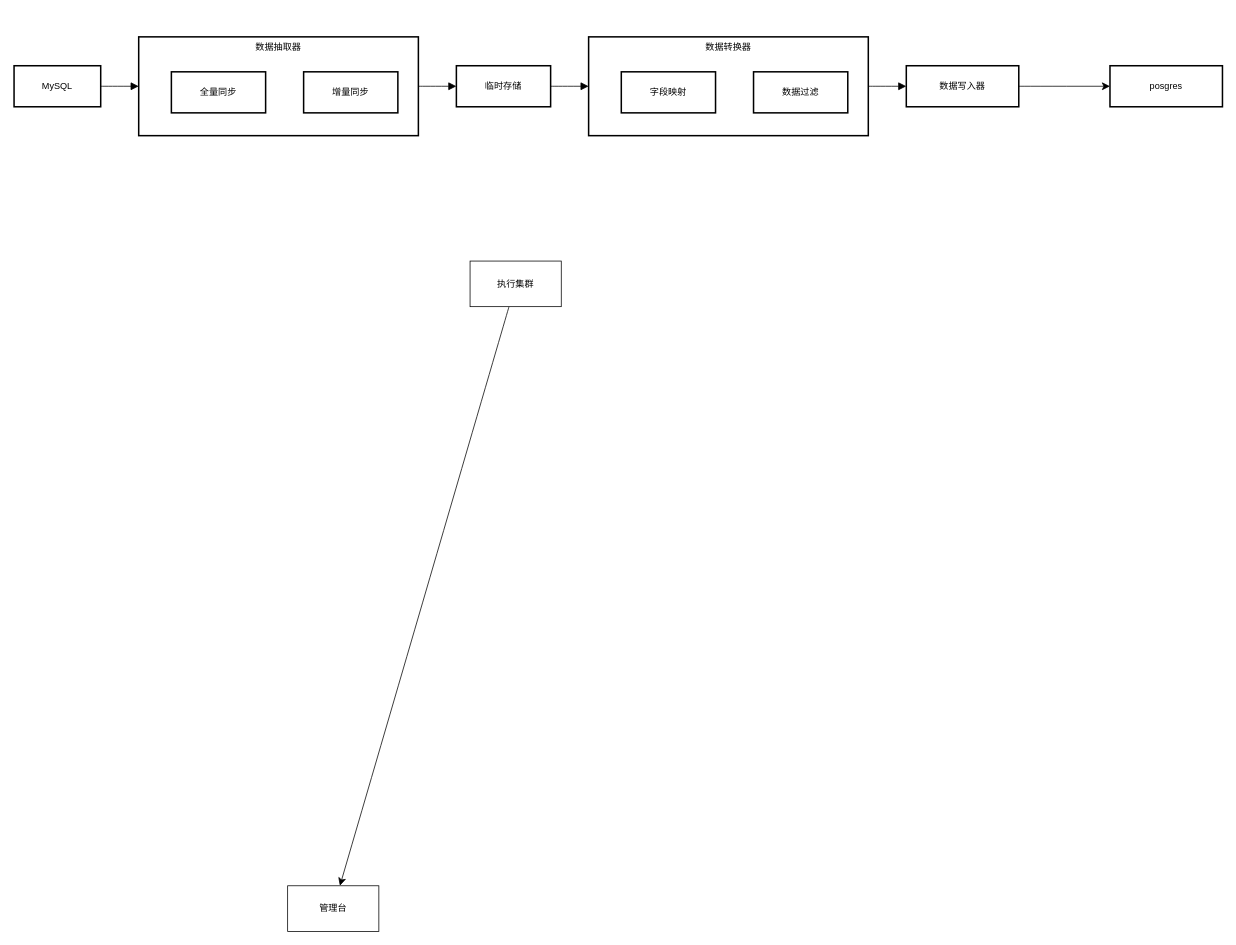
This is 数据同步平台.drawio from zhengjiezxxy/zhengjie.github.io, a draw.io file, before an edit. Source tidied: cells renumbered, new cells numbered last; positions are measured from the earlier drawing's top-left corner, leaving out a move shared by most shapes. Both pictures are drawn from the tidied source at 76%, with x=0, y=0 at pixel (14, 36).
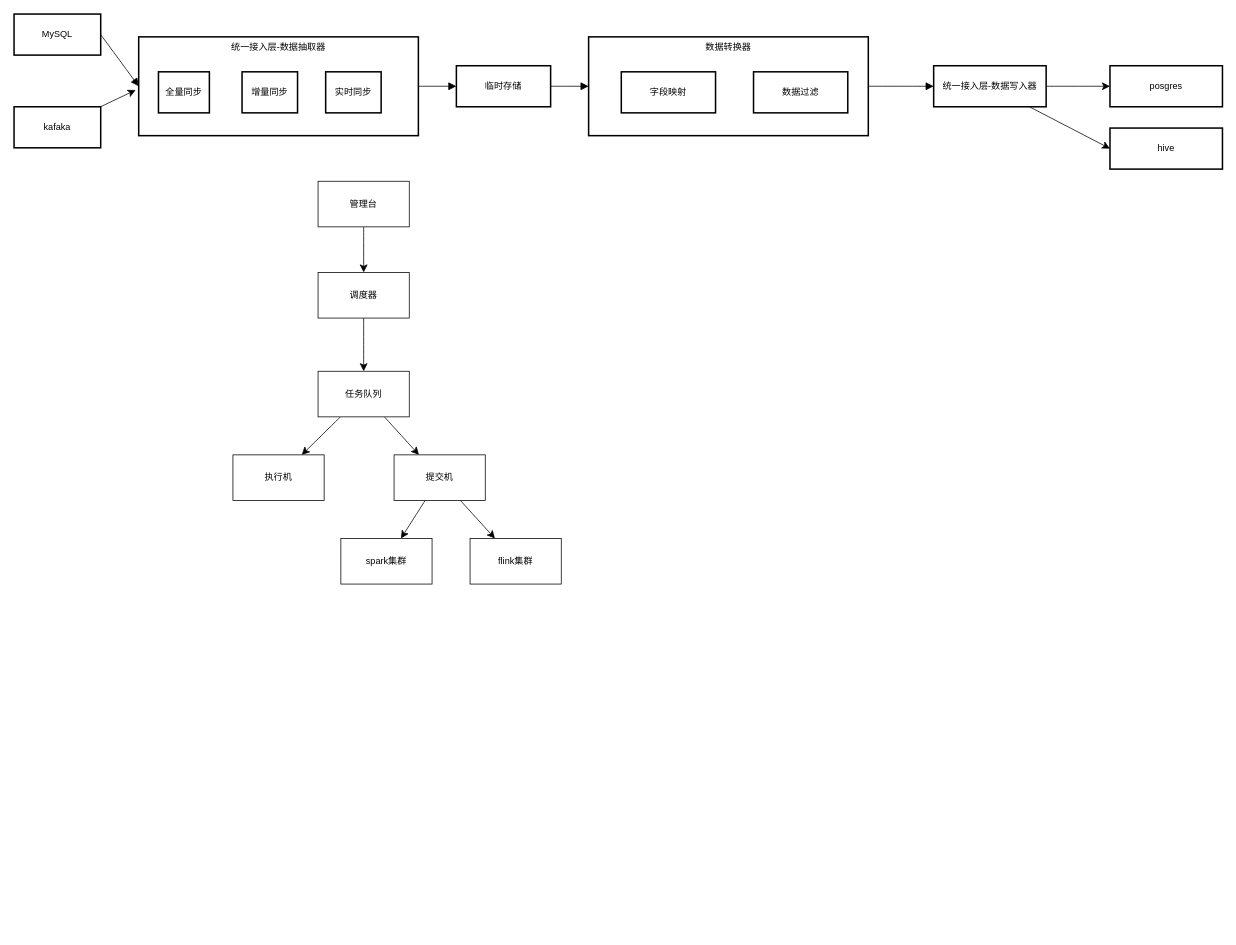
The same diagram, later.

Commit message:
更新数据同步平台.drawio

What changed in the source:
```diff
@@
-    <mxCell id="5" value="数据抽取器" style="whiteSpace=wrap;strokeWidth=2;verticalAlign=top;" parent="1" vertex="1">
+    <mxCell id="5" value="统一接入层-数据抽取器" style="whiteSpace=wrap;strokeWidth=2;verticalAlign=top;" parent="1" vertex="1">
       <mxGeometry x="164" width="368" height="130" as="geometry" />
     </mxCell>
     <mxCell id="6" value="全量同步" style="whiteSpace=wrap;strokeWidth=2;" parent="5" vertex="1">
-      <mxGeometry x="43" y="46" width="124" height="54" as="geometry" />
+      <mxGeometry x="26" y="46" width="67" height="54" as="geometry" />
     </mxCell>
     <mxCell id="7" value="增量同步" style="whiteSpace=wrap;strokeWidth=2;" parent="5" vertex="1">
-      <mxGeometry x="217" y="46" width="124" height="54" as="geometry" />
+      <mxGeometry x="136" y="46" width="73" height="54" as="geometry" />
     </mxCell>
+    <mxCell id="20" value="实时同步" style="whiteSpace=wrap;strokeWidth=2;" parent="5" vertex="1">
+      <mxGeometry x="246" y="46" width="73" height="54" as="geometry" />
+    </mxCell>
     <mxCell id="8" value="MySQL" style="whiteSpace=wrap;strokeWidth=2;" parent="1" vertex="1">
-      <mxGeometry y="38" width="114" height="54" as="geometry" />
+      <mxGeometry y="-30" width="114" height="54" as="geometry" />
     </mxCell>
@@
+    <mxCell id="21" style="edgeStyle=none;curved=1;rounded=0;jettySize=auto;html=1;entryX=0;entryY=0.5;entryDx=0;entryDy=0;fontSize=12;startSize=8;endSize=8;" parent="1" edge="1" source="11" target="36">
+      <mxGeometry relative="1" as="geometry" />
+    </mxCell>
-    <mxCell id="11" value="数据写入器" style="whiteSpace=wrap;strokeWidth=2;" parent="1" vertex="1">
-      <mxGeometry x="1174" y="38" width="148" height="54" as="geometry" />
+    <mxCell id="11" value="统一接入层-数据写入器" style="whiteSpace=wrap;strokeWidth=2;" parent="1" vertex="1">
+      <mxGeometry x="1210" y="38" width="148" height="54" as="geometry" />
     </mxCell>
@@
-    <mxCell id="17" style="edgeStyle=none;curved=1;rounded=0;jettySize=auto;html=1;fontSize=12;startSize=8;endSize=8;" parent="1" edge="1" source="18" target="19">
-      <mxGeometry relative="1" as="geometry" />
-    </mxCell>
-    <mxCell id="18" value="执行集群" style="rounded=0;whiteSpace=wrap;html=1;" parent="1" vertex="1">
-      <mxGeometry x="600" y="295" width="120" height="60" as="geometry" />
-    </mxCell>
+    <mxCell id="22" style="edgeStyle=none;curved=1;rounded=0;jettySize=auto;html=1;fontSize=12;startSize=8;endSize=8;" parent="1" edge="1" source="19" target="24">
+      <mxGeometry relative="1" as="geometry" />
+    </mxCell>
     <mxCell id="19" value="管理台" style="rounded=0;whiteSpace=wrap;html=1;" parent="1" vertex="1">
-      <mxGeometry x="360" y="1117" width="120" height="60" as="geometry" />
+      <mxGeometry x="400" y="190" width="120" height="60" as="geometry" />
     </mxCell>
+    <mxCell id="23" style="edgeStyle=none;curved=1;rounded=0;jettySize=auto;html=1;fontSize=12;startSize=8;endSize=8;" parent="1" edge="1" source="24" target="27">
+      <mxGeometry relative="1" as="geometry" />
+    </mxCell>
+    <mxCell id="24" value="调度器" style="rounded=0;whiteSpace=wrap;html=1;" parent="1" vertex="1">
+      <mxGeometry x="400" y="310" width="120" height="60" as="geometry" />
+    </mxCell>
+    <mxCell id="25" style="edgeStyle=none;curved=1;rounded=0;jettySize=auto;html=1;fontSize=12;startSize=8;endSize=8;" parent="1" edge="1" source="27" target="28">
+      <mxGeometry relative="1" as="geometry" />
+    </mxCell>
+    <mxCell id="26" style="edgeStyle=none;curved=1;rounded=0;jettySize=auto;html=1;fontSize=12;startSize=8;endSize=8;" parent="1" edge="1" source="27" target="31">
+      <mxGeometry relative="1" as="geometry" />
+    </mxCell>
+    <mxCell id="27" value="任务队列" style="rounded=0;whiteSpace=wrap;html=1;" parent="1" vertex="1">
+      <mxGeometry x="400" y="440" width="120" height="60" as="geometry" />
+    </mxCell>
+    <mxCell id="28" value="执行机" style="rounded=0;whiteSpace=wrap;html=1;" parent="1" vertex="1">
+      <mxGeometry x="288" y="550" width="120" height="60" as="geometry" />
+    </mxCell>
+    <mxCell id="29" style="edgeStyle=none;curved=1;rounded=0;jettySize=auto;html=1;fontSize=12;startSize=8;endSize=8;" parent="1" edge="1" source="31" target="32">
+      <mxGeometry relative="1" as="geometry" />
+    </mxCell>
+    <mxCell id="30" style="edgeStyle=none;curved=1;rounded=0;jettySize=auto;html=1;fontSize=12;startSize=8;endSize=8;" parent="1" edge="1" source="31" target="33">
+      <mxGeometry relative="1" as="geometry" />
+    </mxCell>
+    <mxCell id="31" value="提交机" style="rounded=0;whiteSpace=wrap;html=1;" parent="1" vertex="1">
+      <mxGeometry x="500" y="550" width="120" height="60" as="geometry" />
+    </mxCell>
+    <mxCell id="32" value="flink集群" style="rounded=0;whiteSpace=wrap;html=1;" parent="1" vertex="1">
+      <mxGeometry x="600" y="660" width="120" height="60" as="geometry" />
+    </mxCell>
+    <mxCell id="33" value="spark集群" style="rounded=0;whiteSpace=wrap;html=1;" parent="1" vertex="1">
+      <mxGeometry x="430" y="660" width="120" height="60" as="geometry" />
+    </mxCell>
+    <mxCell id="34" style="edgeStyle=none;curved=1;rounded=0;jettySize=auto;html=1;fontSize=12;startSize=8;endSize=8;" parent="1" edge="1" source="35">
+      <mxGeometry relative="1" as="geometry">
+        <mxPoint x="160" y="70" as="targetPoint" />
+      </mxGeometry>
+    </mxCell>
+    <mxCell id="35" value="kafaka" style="whiteSpace=wrap;strokeWidth=2;" parent="1" vertex="1">
+      <mxGeometry y="92" width="114" height="54" as="geometry" />
+    </mxCell>
+    <mxCell id="36" value="hive" style="whiteSpace=wrap;strokeWidth=2;" parent="1" vertex="1">
+      <mxGeometry x="1442" y="120" width="148" height="54" as="geometry" />
+    </mxCell>
```
